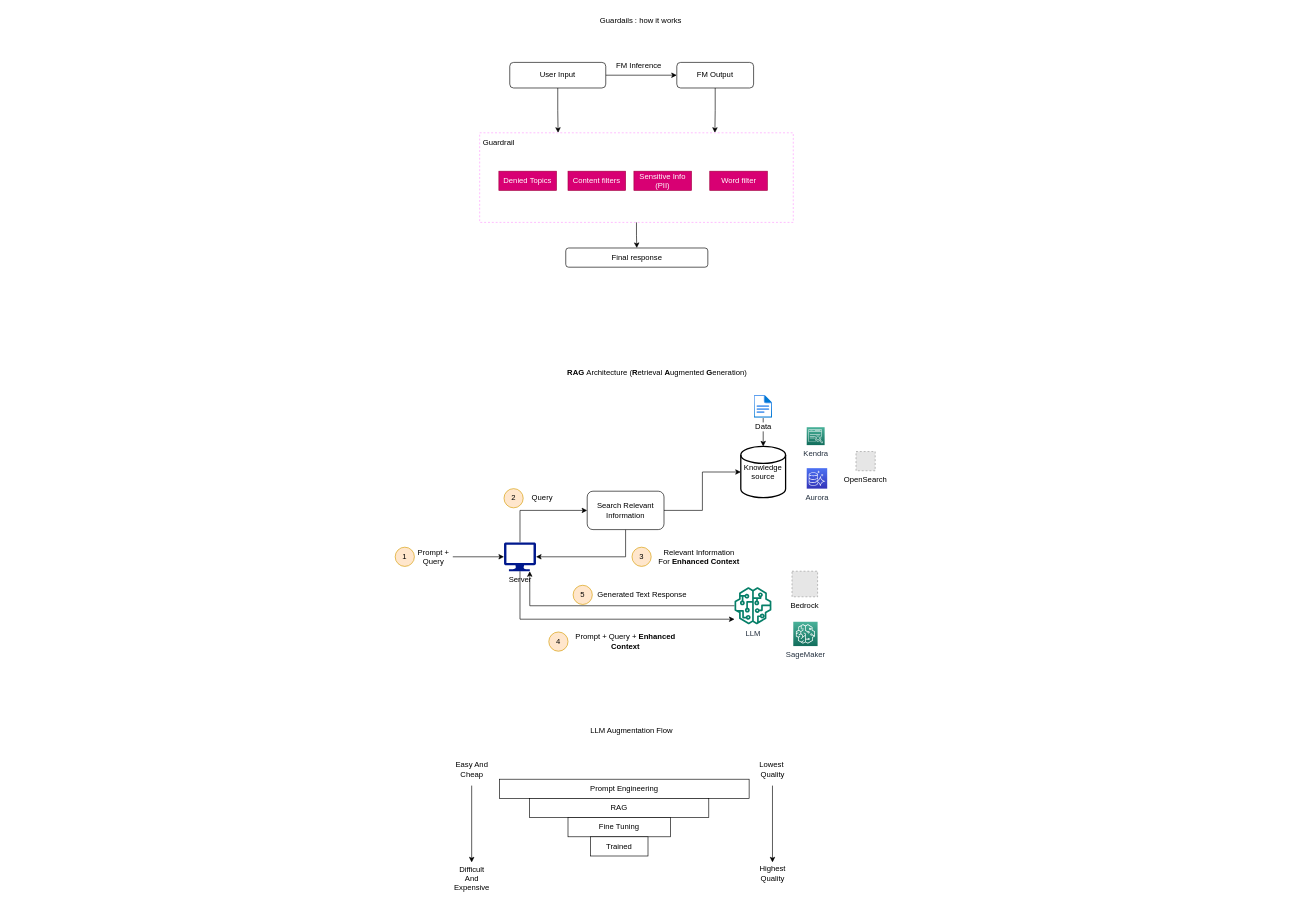
This is DiscoveryDays/AWS-GenAI.drawio from mcharouk/aws, a draw.io file, before an edit. Source tidied: cells renumbered, new cells numbered last; positions are measured from the earlier drawing's top-left corner, leaving out a move shared by most shapes. Both pictures are drawn from the tidied source at 64%, with x=0, y=0 at pixel (395, 11). Pictures stored in the file or linked from it are replaced by grey dashed boxes.
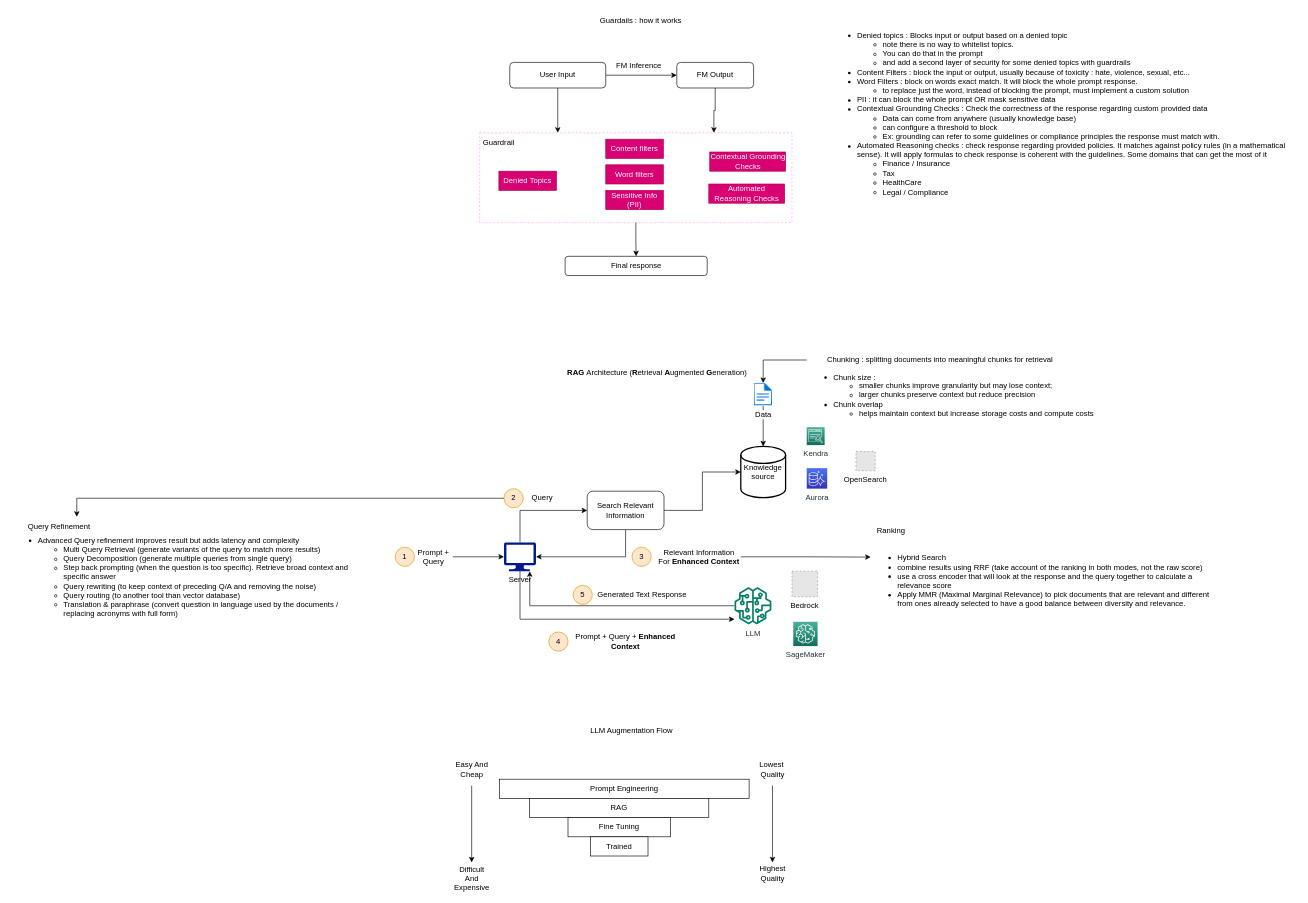
The same page after the edit.

Unchanged cells that the change refers to:
```xml
<mxCell id="8" value="Knowledge source" style="strokeWidth=2;html=1;shape=mxgraph.flowchart.database;whiteSpace=wrap;" parent="1" vertex="1">
  <mxGeometry x="540" y="680" width="70" height="80" as="geometry" />
</mxCell>
<mxCell id="16" value="Query" style="text;html=1;strokeColor=none;fillColor=none;align=center;verticalAlign=middle;whiteSpace=wrap;rounded=0;" parent="1" vertex="1">
  <mxGeometry x="200" y="746" width="60" height="30" as="geometry" />
</mxCell>
<mxCell id="17" value="Relevant Information For &lt;b&gt;Enhanced Context&lt;/b&gt;" style="text;html=1;strokeColor=none;fillColor=none;align=center;verticalAlign=middle;whiteSpace=wrap;rounded=0;" parent="1" vertex="1">
  <mxGeometry x="410" y="837.5" width="130" height="30" as="geometry" />
</mxCell>
```

The edit, as a diff of the source:
```diff
@@
+    <mxCell id="56" style="edgeStyle=orthogonalEdgeStyle;rounded=0;jettySize=auto;html=1;entryX=0.75;entryY=0;entryDx=0;entryDy=0;" parent="1" edge="1" source="16" target="64">
+      <mxGeometry relative="1" as="geometry" />
+    </mxCell>
@@
+    <mxCell id="57" style="edgeStyle=orthogonalEdgeStyle;rounded=0;jettySize=auto;html=1;entryX=0;entryY=0.25;entryDx=0;entryDy=0;" parent="1" edge="1" source="17" target="67">
+      <mxGeometry relative="1" as="geometry" />
+    </mxCell>
@@
     <mxCell id="28" style="edgeStyle=orthogonalEdgeStyle;rounded=0;jettySize=auto;html=1;entryX=0.5;entryY=0;entryDx=0;entryDy=0;entryPerimeter=0;" parent="1" edge="1" source="29" target="8">
-      <mxGeometry relative="1" as="geometry" />
+      <mxGeometry relative="1" as="geometry">
+        <Array as="points">
+          <mxPoint x="575" y="670" />
+          <mxPoint x="575" y="670" />
+        </Array>
+      </mxGeometry>
     </mxCell>
     <mxCell id="29" value="Data" style="html=1;points=[];align=center;image;fontSize=12;image=img/lib/azure2/general/File.svg;" parent="1" vertex="1">
-      <mxGeometry x="560.5" y="600" width="29" height="35.7" as="geometry" />
+      <mxGeometry x="560.5" y="581" width="29" height="35.7" as="geometry" />
     </mxCell>
@@
     <mxCell id="47" style="rounded=0;whiteSpace=wrap;html=1;fillColor=none;dashed=1;strokeColor=#FF99FF;" parent="1" vertex="1">
-      <mxGeometry x="132" y="190" width="490" height="140" as="geometry" />
+      <mxGeometry x="132" y="190" width="488" height="140" as="geometry" />
     </mxCell>
@@
     <mxCell id="50" value="Content filters" style="text;html=1;strokeColor=#A50040;fillColor=#d80073;align=center;verticalAlign=middle;whiteSpace=wrap;rounded=0;fontColor=#ffffff;" parent="1" vertex="1">
-      <mxGeometry x="270" y="250" width="90" height="30" as="geometry" />
+      <mxGeometry x="329" y="200" width="90" height="30" as="geometry" />
     </mxCell>
     <mxCell id="51" value="Sensitive Info (PII)" style="text;html=1;strokeColor=#A50040;fillColor=#d80073;align=center;verticalAlign=middle;whiteSpace=wrap;rounded=0;fontColor=#ffffff;" parent="1" vertex="1">
-      <mxGeometry x="373" y="250" width="90" height="30" as="geometry" />
+      <mxGeometry x="329" y="280" width="90" height="30" as="geometry" />
     </mxCell>
-    <mxCell id="52" value="Word filter" style="text;html=1;strokeColor=#A50040;fillColor=#d80073;align=center;verticalAlign=middle;whiteSpace=wrap;rounded=0;fontColor=#ffffff;" parent="1" vertex="1">
-      <mxGeometry x="491.5" y="250" width="90" height="30" as="geometry" />
+    <mxCell id="52" value="Contextual Grounding Checks" style="text;html=1;strokeColor=#A50040;fillColor=#d80073;align=center;verticalAlign=middle;whiteSpace=wrap;rounded=0;fontColor=#ffffff;" parent="1" vertex="1">
+      <mxGeometry x="491.5" y="220" width="118.5" height="30" as="geometry" />
     </mxCell>
     <mxCell id="53" value="Final response" style="rounded=1;whiteSpace=wrap;html=1;" parent="1" vertex="1">
-      <mxGeometry x="266.5" y="370" width="222" height="30" as="geometry" />
+      <mxGeometry x="265.5" y="383" width="222" height="30" as="geometry" />
     </mxCell>
@@
+    <mxCell id="58" value="Word filters" style="text;html=1;strokeColor=#A50040;fillColor=#d80073;align=center;verticalAlign=middle;whiteSpace=wrap;rounded=0;fontColor=#ffffff;" parent="1" vertex="1">
+      <mxGeometry x="329" y="240" width="90" height="30" as="geometry" />
+    </mxCell>
+    <mxCell id="59" value="Automated Reasoning Checks" style="text;html=1;strokeColor=#A50040;fillColor=#d80073;align=center;verticalAlign=middle;whiteSpace=wrap;rounded=0;fontColor=#ffffff;" parent="1" vertex="1">
+      <mxGeometry x="490" y="270" width="118.5" height="30" as="geometry" />
+    </mxCell>
+    <mxCell id="60" value="&lt;ul&gt;&lt;li&gt;Denied topics : Blocks input or output based on a denied topic&lt;/li&gt;&lt;ul&gt;&lt;li&gt;note there is no way to whitelist topics.&amp;nbsp;&lt;/li&gt;&lt;li&gt;You can do that in the prompt&lt;/li&gt;&lt;li&gt;and add a second layer of security for some denied topics with guardrails&lt;/li&gt;&lt;/ul&gt;&lt;li&gt;Content Filters : block the input or output, usually because of toxicity : hate, violence, sexual, etc...&lt;/li&gt;&lt;li&gt;Word Filters : block on words exact match. It will block the whole prompt response.&lt;/li&gt;&lt;ul&gt;&lt;li&gt;to replace just the word, instead of blocking the prompt, must implement a custom solution&lt;/li&gt;&lt;/ul&gt;&lt;li&gt;PII : it can block the whole prompt OR mask sensitive data&lt;/li&gt;&lt;li&gt;Contextual Grounding Checks : Check the correctness of the response regarding custom provided data&amp;nbsp;&lt;/li&gt;&lt;ul&gt;&lt;li&gt;Data can come from anywhere (usually knowledge base)&lt;/li&gt;&lt;li&gt;can configure a threshold to block&lt;/li&gt;&lt;li&gt;Ex: grounding can refer to some guidelines or compliance principles the response must match with.&lt;/li&gt;&lt;/ul&gt;&lt;li&gt;Automated Reasoning checks : check response regarding provided policies. It matches against policy rules (in a mathematical sense). It will apply formulas to check response is coherent with the guidelines. Some domains that can get the most of it&lt;/li&gt;&lt;ul&gt;&lt;li&gt;Finance / Insurance&lt;/li&gt;&lt;li&gt;Tax&lt;/li&gt;&lt;li&gt;HealthCare&lt;/li&gt;&lt;li&gt;Legal / Compliance&lt;/li&gt;&lt;/ul&gt;&lt;/ul&gt;" style="text;html=1;strokeColor=none;fillColor=none;align=left;verticalAlign=middle;whiteSpace=wrap;rounded=0;" parent="1" vertex="1">
+      <mxGeometry x="680" width="730" height="320" as="geometry" />
+    </mxCell>
+    <mxCell id="61" style="edgeStyle=orthogonalEdgeStyle;rounded=0;jettySize=auto;html=1;" parent="1" edge="1" source="62" target="29">
+      <mxGeometry relative="1" as="geometry" />
+    </mxCell>
+    <mxCell id="62" value="Chunking : splitting documents into meaningful chunks for retrieval&lt;br&gt;" style="text;html=1;strokeColor=none;fillColor=none;align=center;verticalAlign=middle;whiteSpace=wrap;rounded=0;" parent="1" vertex="1">
+      <mxGeometry x="643" y="530" width="417" height="30" as="geometry" />
+    </mxCell>
+    <mxCell id="63" value="&lt;div style=&quot;&quot;&gt;&lt;ul&gt;&lt;li style=&quot;&quot;&gt;&lt;span style=&quot;background-color: initial;&quot;&gt;Chunk size :&amp;nbsp;&lt;/span&gt;&lt;/li&gt;&lt;ul&gt;&lt;li style=&quot;&quot;&gt;smaller chunks improve granularity but may lose context;&lt;/li&gt;&lt;li style=&quot;&quot;&gt;larger chunks preserve context but reduce precision&lt;/li&gt;&lt;/ul&gt;&lt;li&gt;Chunk overlap&lt;/li&gt;&lt;ul&gt;&lt;li&gt;helps maintain context but increase storage costs and compute costs&lt;/li&gt;&lt;/ul&gt;&lt;/ul&gt;&lt;/div&gt;" style="text;html=1;strokeColor=none;fillColor=none;align=left;verticalAlign=middle;whiteSpace=wrap;rounded=0;" parent="1" vertex="1">
+      <mxGeometry x="643" y="570" width="477" height="60" as="geometry" />
+    </mxCell>
+    <mxCell id="64" value="Query Refinement" style="text;html=1;strokeColor=none;fillColor=none;align=center;verticalAlign=middle;whiteSpace=wrap;rounded=0;" parent="1" vertex="1">
+      <mxGeometry x="-580" y="790" width="110" height="30" as="geometry" />
+    </mxCell>
+    <mxCell id="65" value="&lt;div style=&quot;&quot;&gt;&lt;ul&gt;&lt;li&gt;&lt;span style=&quot;background-color: initial;&quot;&gt;Advanced Query refinement improves result but adds latency and complexity&lt;/span&gt;&lt;br&gt;&lt;/li&gt;&lt;ul&gt;&lt;li&gt;&lt;span style=&quot;background-color: initial;&quot;&gt;Multi Query Retrieval (generate variants of the query to match more results)&lt;/span&gt;&lt;/li&gt;&lt;li&gt;&lt;span style=&quot;background-color: initial;&quot;&gt;Query Decomposition (generate multiple queries from single query)&lt;/span&gt;&lt;/li&gt;&lt;li&gt;&lt;span style=&quot;background-color: initial;&quot;&gt;Step back prompting (when the question is too specific). Retrieve broad context and specific answer&lt;/span&gt;&lt;/li&gt;&lt;li&gt;&lt;span style=&quot;background-color: initial;&quot;&gt;Query rewriting (to keep context of preceding Q/A and removing the noise)&lt;/span&gt;&lt;/li&gt;&lt;li&gt;&lt;span style=&quot;background-color: initial;&quot;&gt;Query routing (to another tool than vector database)&lt;/span&gt;&lt;/li&gt;&lt;li&gt;&lt;span style=&quot;background-color: initial;&quot;&gt;Translation &amp;amp; paraphrase (convert question in language used by the documents / replacing acronyms with full form)&lt;/span&gt;&lt;/li&gt;&lt;/ul&gt;&lt;/ul&gt;&lt;/div&gt;" style="text;html=1;strokeColor=none;fillColor=none;align=left;verticalAlign=middle;whiteSpace=wrap;rounded=0;" parent="1" vertex="1">
+      <mxGeometry x="-600" y="810" width="553" height="148" as="geometry" />
+    </mxCell>
+    <mxCell id="66" value="Ranking" style="text;html=1;strokeColor=none;fillColor=none;align=center;verticalAlign=middle;whiteSpace=wrap;rounded=0;" parent="1" vertex="1">
+      <mxGeometry x="720" y="797" width="110" height="30" as="geometry" />
+    </mxCell>
+    <mxCell id="67" value="&lt;div style=&quot;&quot;&gt;&lt;ul&gt;&lt;li&gt;Hybrid Search&lt;/li&gt;&lt;li&gt;combine results using RRF (take account of the ranking in both modes, not the raw score)&lt;/li&gt;&lt;li&gt;use a cross encoder that will look at the response and the query together to calculate a relevance score&lt;/li&gt;&lt;li&gt;Apply MMR (Maximal Marginal Relevance) to pick documents that are relevant and different from ones already selected to have a good balance between diversity and relevance.&lt;/li&gt;&lt;/ul&gt;&lt;/div&gt;" style="text;html=1;strokeColor=none;fillColor=none;align=left;verticalAlign=middle;whiteSpace=wrap;rounded=0;" parent="1" vertex="1">
+      <mxGeometry x="743" y="816" width="553" height="148" as="geometry" />
+    </mxCell>
```
